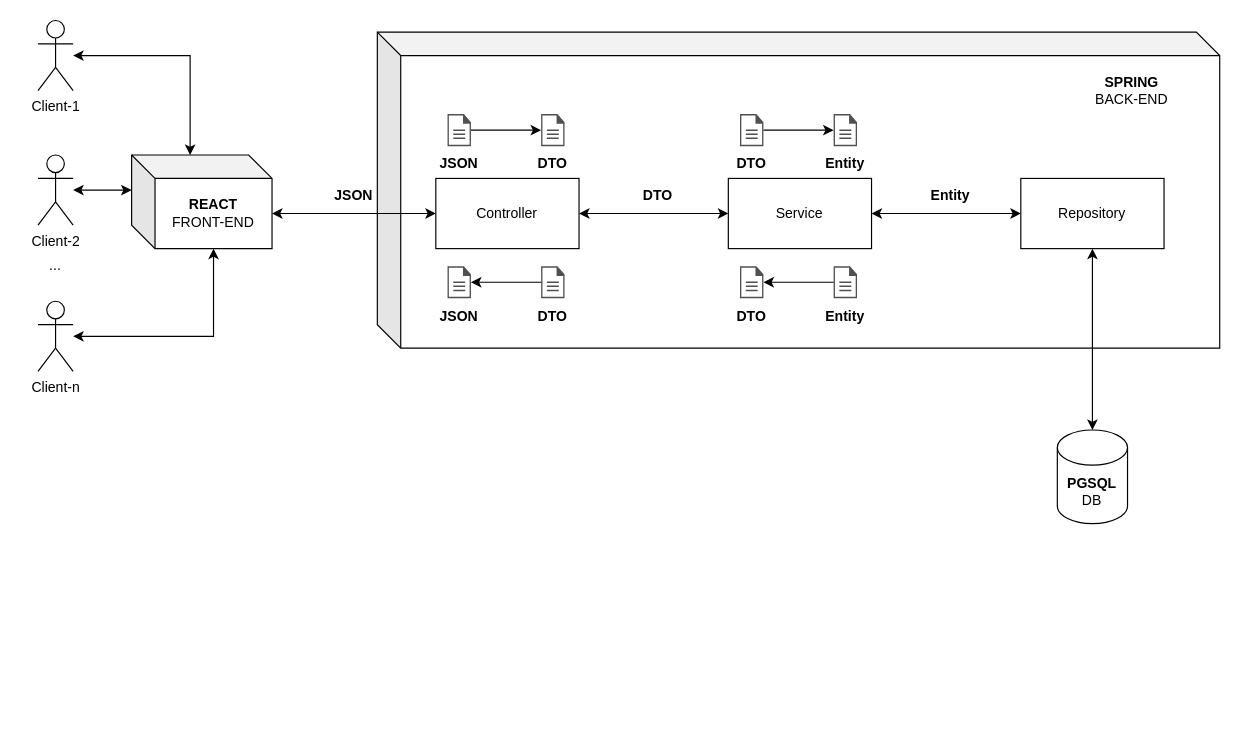
Before: page "Страница 1" (1 of 2) of documentation/architecture.drawio in ArtemShishkinV/technical-support, a draw.io diagram. Source tidied: cells renumbered, new cells numbered last; positions are measured from the earlier drawing's top-left corner, leaving out a move shared by most shapes. Both pictures are drawn from the tidied source at 117%, with x=0, y=0 at pixel (20, 20).
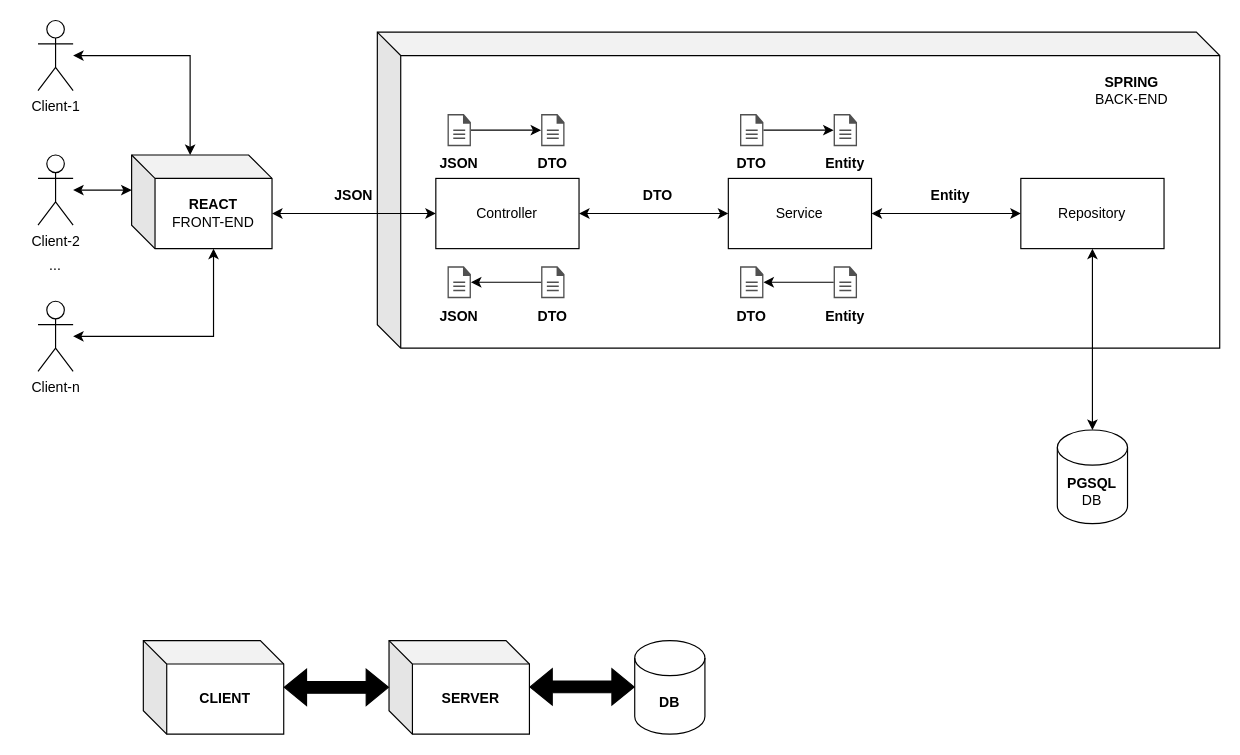
Above is the later version.

Diff of the diagram source:
```diff
@@
+    <mxCell id="51" value="&lt;b&gt;CLIENT&lt;/b&gt;" style="shape=cube;whiteSpace=wrap;html=1;boundedLbl=1;backgroundOutline=1;darkOpacity=0.05;darkOpacity2=0.1;" parent="1" vertex="1">
+      <mxGeometry x="105" y="530" width="120" height="80" as="geometry" />
+    </mxCell>
+    <mxCell id="52" value="&lt;b&gt;SERVER&lt;/b&gt;" style="shape=cube;whiteSpace=wrap;html=1;boundedLbl=1;backgroundOutline=1;darkOpacity=0.05;darkOpacity2=0.1;" parent="1" vertex="1">
+      <mxGeometry x="315" y="530" width="120" height="80" as="geometry" />
+    </mxCell>
+    <mxCell id="53" value="&lt;b&gt;DB&lt;/b&gt;" style="shape=cylinder3;whiteSpace=wrap;html=1;boundedLbl=1;backgroundOutline=1;size=15;" parent="1" vertex="1">
+      <mxGeometry x="525" y="530" width="60" height="80" as="geometry" />
+    </mxCell>
+    <mxCell id="54" style="shape=flexArrow;endArrow=classic;startArrow=classic;html=1;rounded=0;entryX=0;entryY=0.5;entryDx=0;entryDy=0;entryPerimeter=0;fillColor=#000000;exitX=1;exitY=0.5;exitDx=0;exitDy=0;exitPerimeter=0;" parent="1" edge="1" source="51" target="52">
+      <mxGeometry relative="1" as="geometry" />
+    </mxCell>
+    <mxCell id="55" style="shape=flexArrow;endArrow=classic;startArrow=classic;html=1;rounded=0;fillColor=#000000;" parent="1" edge="1">
+      <mxGeometry relative="1" as="geometry">
+        <mxPoint x="435" y="569.6" as="sourcePoint" />
+        <mxPoint x="525" y="569.6" as="targetPoint" />
+      </mxGeometry>
+    </mxCell>
```
